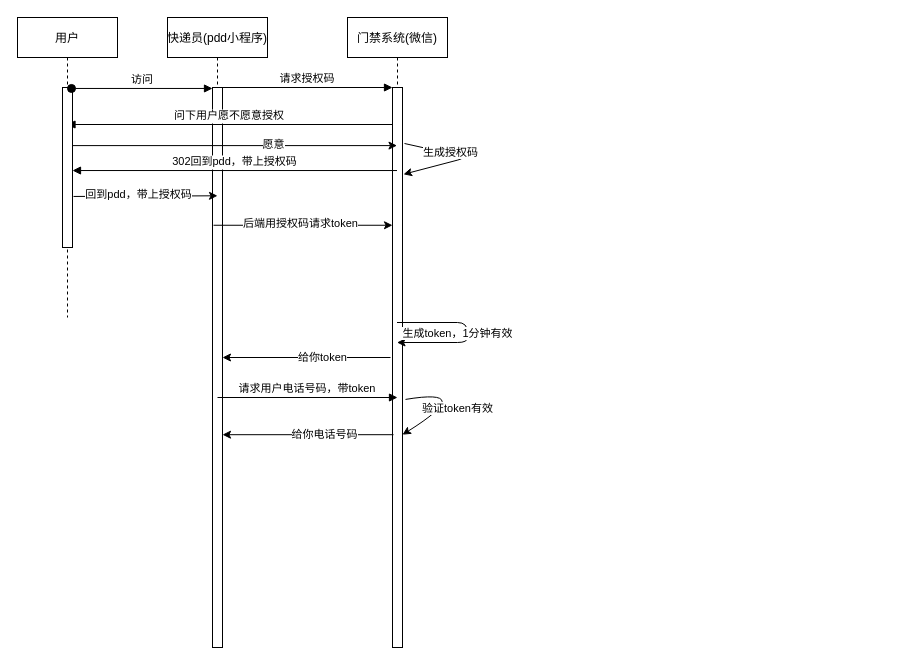
This is 未命名绘图.drawio from SteveWongBUAA/diagrams, a draw.io file, before an edit. Source tidied: cells renumbered, new cells numbered last; positions are measured from the earlier drawing's top-left corner, leaving out a move shared by most shapes. Both pictures are drawn from the tidied source at 100%, with x=0, y=0 at pixel (17, 17).
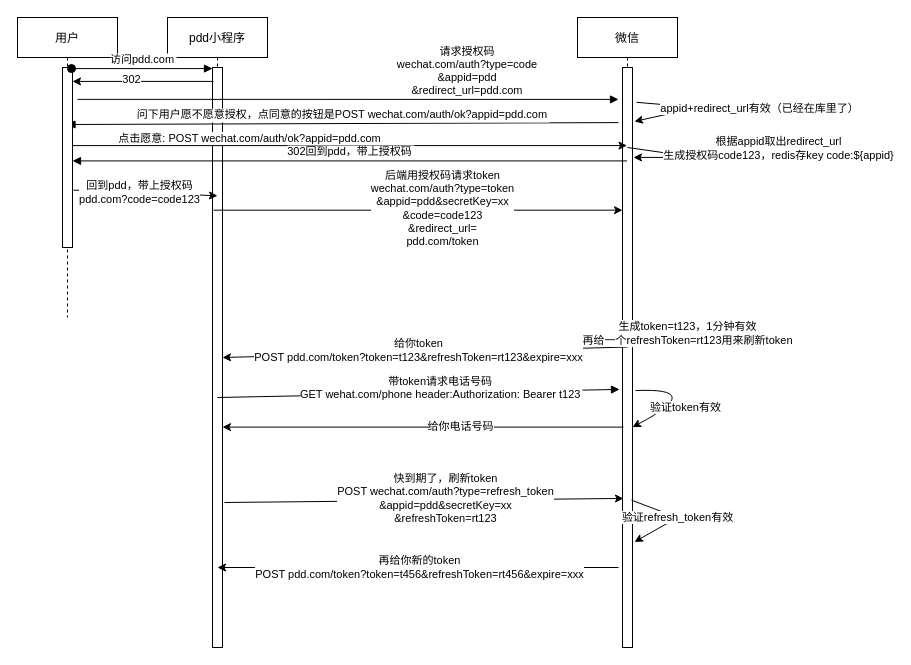
The same page after the edit.

The change refers to these unchanged cells:
```xml
<mxCell id="12" value="用户" style="shape=umlLifeline;perimeter=lifelinePerimeter;rounded=0;shadow=0;strokeWidth=1;" parent="1" vertex="1">
  <mxGeometry width="100" height="300" as="geometry" />
</mxCell>
<mxCell id="19" style="endArrow=classic;html=1;" parent="1" edge="1" source="4" target="4">
  <mxGeometry relative="1" as="geometry" />
</mxCell>
<mxCell id="25" style="endArrow=classic;html=1;exitX=1.1;exitY=0.681;exitDx=0;exitDy=0;exitPerimeter=0;entryX=0.5;entryY=0.283;entryDx=0;entryDy=0;entryPerimeter=0;" parent="1" edge="1" source="13" target="2">
  <mxGeometry relative="1" as="geometry" />
</mxCell>
<mxCell id="27" style="endArrow=classic;html=1;exitX=0.1;exitY=0.246;exitDx=0;exitDy=0;exitPerimeter=0;entryX=0;entryY=0.246;entryDx=0;entryDy=0;entryPerimeter=0;" parent="1" edge="1" source="3" target="5">
  <mxGeometry relative="1" as="geometry" />
</mxCell>
```

Change to the diagram source:
```diff
@@
-    <mxCell id="2" value="快递员(pdd小程序)" style="shape=umlLifeline;perimeter=lifelinePerimeter;rounded=0;shadow=0;strokeWidth=1;" parent="1" vertex="1">
+    <mxCell id="2" value="pdd小程序" style="shape=umlLifeline;perimeter=lifelinePerimeter;rounded=0;shadow=0;strokeWidth=1;" parent="1" vertex="1">
       <mxGeometry x="150" width="100" height="630" as="geometry" />
     </mxCell>
     <mxCell id="3" style="points=[];perimeter=orthogonalPerimeter;rounded=0;shadow=0;strokeWidth=1;" parent="2" vertex="1">
-      <mxGeometry x="45" y="70" width="10" height="560" as="geometry" />
+      <mxGeometry x="45" y="50" width="10" height="580" as="geometry" />
     </mxCell>
-    <mxCell id="4" value="门禁系统(微信)" style="shape=umlLifeline;perimeter=lifelinePerimeter;rounded=0;shadow=0;strokeWidth=1;" parent="1" vertex="1">
-      <mxGeometry x="330" width="100" height="630" as="geometry" />
+    <mxCell id="4" value="微信" style="shape=umlLifeline;perimeter=lifelinePerimeter;rounded=0;shadow=0;strokeWidth=1;" parent="1" vertex="1">
+      <mxGeometry x="560" width="100" height="630" as="geometry" />
     </mxCell>
     <mxCell id="5" style="points=[];perimeter=orthogonalPerimeter;rounded=0;shadow=0;strokeWidth=1;" parent="4" vertex="1">
-      <mxGeometry x="45" y="70" width="10" height="560" as="geometry" />
+      <mxGeometry x="45" y="50" width="10" height="580" as="geometry" />
     </mxCell>
@@
-    <mxCell id="8" style="endArrow=classic;html=1;exitX=1.2;exitY=0.1;exitDx=0;exitDy=0;exitPerimeter=0;entryX=1.1;entryY=0.155;entryDx=0;entryDy=0;entryPerimeter=0;" parent="4" edge="1" source="5" target="5">
+    <mxCell id="8" style="endArrow=classic;html=1;entryX=1.1;entryY=0.155;entryDx=0;entryDy=0;entryPerimeter=0;" parent="4" edge="1" target="5">
       <mxGeometry relative="1" as="geometry">
+        <mxPoint x="50" y="130" as="sourcePoint" />
         <Array as="points">
           <mxPoint x="120" y="140" />
         </Array>
       </mxGeometry>
     </mxCell>
-    <mxCell id="9" value="生成授权码" style="edgeLabel;html=1;align=center;verticalAlign=middle;" parent="8" vertex="1">
-      <mxGeometry x="-0.29" y="2" relative="1" as="geometry" />
+    <mxCell id="9" value="根据appid取出redirect_url&lt;br&gt;生成授权码code123，redis存key code:${appid}" style="edgeLabel;html=1;align=center;verticalAlign=middle;" parent="8" vertex="1">
+      <mxGeometry x="-0.29" y="2" relative="1" as="geometry">
+        <mxPoint x="102.2" y="-4.8" as="offset" />
+      </mxGeometry>
     </mxCell>
+    <mxCell id="29" value="验证refresh_token有效" style="endArrow=classic;html=1;exitX=0.9;exitY=0.746;exitDx=0;exitDy=0;exitPerimeter=0;entryX=1.2;entryY=0.818;entryDx=0;entryDy=0;entryPerimeter=0;elbow=horizontal;" parent="4" edge="1" source="5" target="5">
+      <mxGeometry relative="1" as="geometry">
+        <Array as="points">
+          <mxPoint x="100" y="500" />
+        </Array>
+      </mxGeometry>
+    </mxCell>
+    <mxCell id="30" style="endArrow=classic;html=1;exitX=1.4;exitY=0.06;exitDx=0;exitDy=0;exitPerimeter=0;entryX=1.2;entryY=0.093;entryDx=0;entryDy=0;entryPerimeter=0;" parent="4" edge="1" source="5" target="5">
+      <mxGeometry relative="1" as="geometry">
+        <Array as="points">
+          <mxPoint x="120" y="90" />
+        </Array>
+      </mxGeometry>
+    </mxCell>
+    <mxCell id="31" value="appid+redirect_url有效（已经在库里了）" style="edgeLabel;html=1;align=center;verticalAlign=middle;" parent="30" vertex="1">
+      <mxGeometry x="-0.29" y="1" relative="1" as="geometry">
+        <mxPoint x="77.1" y="2.5" as="offset" />
+      </mxGeometry>
+    </mxCell>
-    <mxCell id="10" value="请求授权码" style="verticalAlign=bottom;endArrow=block;entryX=0;entryY=0;shadow=0;strokeWidth=1;" parent="1" edge="1" source="3" target="5">
-      <mxGeometry relative="1" as="geometry" />
+    <mxCell id="10" value="请求授权码&#10;wechat.com/auth?type=code&#10;&amp;appid=pdd&#10;&amp;redirect_url=pdd.com" style="verticalAlign=bottom;endArrow=block;entryX=-0.4;entryY=0.055;shadow=0;strokeWidth=1;exitX=1.5;exitY=0.177;exitDx=0;exitDy=0;exitPerimeter=0;entryDx=0;entryDy=0;entryPerimeter=0;" parent="1" edge="1" source="13" target="5">
+      <mxGeometry x="0.44" relative="1" as="geometry" />
     </mxCell>
-    <mxCell id="11" value="问下用户愿不愿意授权" style="verticalAlign=bottom;endArrow=block;shadow=0;strokeWidth=1;" parent="1" edge="1">
+    <mxCell id="11" value="问下用户愿不愿意授权，点同意的按钮是POST wechat.com/auth/ok?appid=pdd.com" style="verticalAlign=bottom;endArrow=block;shadow=0;strokeWidth=1;exitX=-0.4;exitY=0.095;exitDx=0;exitDy=0;exitPerimeter=0;" parent="1" edge="1" source="5">
       <mxGeometry relative="1" as="geometry">
-        <mxPoint x="375" y="107" as="sourcePoint" />
         <mxPoint x="49.5" y="107" as="targetPoint" />
       </mxGeometry>
     </mxCell>
@@
     <mxCell id="13" style="points=[];perimeter=orthogonalPerimeter;rounded=0;shadow=0;strokeWidth=1;" parent="12" vertex="1">
-      <mxGeometry x="45" y="70" width="10" height="160" as="geometry" />
+      <mxGeometry x="45" y="50" width="10" height="180" as="geometry" />
     </mxCell>
-    <mxCell id="14" value="访问" style="verticalAlign=bottom;startArrow=oval;endArrow=block;startSize=8;shadow=0;strokeWidth=1;exitX=0.9;exitY=0.006;exitDx=0;exitDy=0;exitPerimeter=0;" parent="1" edge="1" source="13" target="3">
+    <mxCell id="14" value="访问pdd.com" style="verticalAlign=bottom;startArrow=oval;endArrow=block;startSize=8;shadow=0;strokeWidth=1;exitX=0.9;exitY=0.006;exitDx=0;exitDy=0;exitPerimeter=0;" parent="1" edge="1" source="13" target="3">
       <mxGeometry relative="1" as="geometry" />
     </mxCell>
-    <mxCell id="15" style="endArrow=classic;html=1;exitX=1;exitY=0.513;exitDx=0;exitDy=0;exitPerimeter=0;" parent="1" edge="1">
+    <mxCell id="15" style="endArrow=classic;html=1;exitX=1;exitY=0.513;exitDx=0;exitDy=0;exitPerimeter=0;" parent="1" edge="1" target="4">
       <mxGeometry relative="1" as="geometry">
         <mxPoint x="55" y="128.1" as="sourcePoint" />
-        <mxPoint x="379.5" y="128.1" as="targetPoint" />
       </mxGeometry>
     </mxCell>
-    <mxCell id="16" value="愿意" style="edgeLabel;html=1;align=center;verticalAlign=middle;" parent="15" vertex="1">
-      <mxGeometry x="0.23" y="2" relative="1" as="geometry" />
+    <mxCell id="16" value="点击愿意: POST wechat.com/auth/ok?appid=pdd.com" style="edgeLabel;html=1;align=center;verticalAlign=middle;" parent="15" vertex="1">
+      <mxGeometry x="0.23" y="2" relative="1" as="geometry">
+        <mxPoint x="-165" y="-6.1" as="offset" />
+      </mxGeometry>
     </mxCell>
-    <mxCell id="17" style="endArrow=classic;html=1;entryX=1;entryY=0.632;entryDx=0;entryDy=0;entryPerimeter=0;exitX=-0.2;exitY=0.688;exitDx=0;exitDy=0;exitPerimeter=0;" parent="1" edge="1">
+    <mxCell id="17" style="endArrow=classic;html=1;entryX=1;entryY=0.632;entryDx=0;entryDy=0;entryPerimeter=0;exitX=0.5;exitY=0.482;exitDx=0;exitDy=0;exitPerimeter=0;" parent="1" edge="1" source="5">
       <mxGeometry relative="1" as="geometry">
-        <mxPoint x="373" y="340" as="sourcePoint" />
         <mxPoint x="205" y="340" as="targetPoint" />
       </mxGeometry>
     </mxCell>
-    <mxCell id="18" value="给你token" style="edgeLabel;html=1;align=center;verticalAlign=middle;" parent="17" vertex="1">
-      <mxGeometry x="-0.18" y="-1" relative="1" as="geometry" />
+    <mxCell id="18" value="给你token&lt;br&gt;POST pdd.com/token?token=t123&amp;amp;refreshToken=rt123&amp;amp;expire=xxx" style="edgeLabel;html=1;align=center;verticalAlign=middle;" parent="17" vertex="1">
+      <mxGeometry x="-0.18" y="-1" relative="1" as="geometry">
+        <mxPoint x="-44" as="offset" />
+      </mxGeometry>
     </mxCell>
@@
-    <mxCell id="20" value="生成token，1分钟有效" style="edgeLabel;html=1;align=center;verticalAlign=middle;" parent="19" vertex="1">
+    <mxCell id="20" value="生成token=t123，1分钟有效&lt;br&gt;再给一个refreshToken=rt123用来刷新token" style="edgeLabel;html=1;align=center;verticalAlign=middle;" parent="19" vertex="1">
       <mxGeometry x="-0.14" y="-6" relative="1" as="geometry">
         <mxPoint x="-9.5" y="4" as="offset" />
       </mxGeometry>
     </mxCell>
-    <mxCell id="21" value="请求用户电话号码，带token" style="verticalAlign=bottom;endArrow=block;entryX=0;entryY=0;shadow=0;strokeWidth=1;" parent="1" edge="1">
-      <mxGeometry relative="1" as="geometry">
+    <mxCell id="21" value="带token请求电话号码&#10;GET wehat.com/phone header:Authorization: Bearer t123" style="verticalAlign=bottom;endArrow=block;entryX=-0.3;entryY=0.555;shadow=0;strokeWidth=1;entryDx=0;entryDy=0;entryPerimeter=0;" parent="1" edge="1" target="5">
+      <mxGeometry x="0.11" y="-10" relative="1" as="geometry">
         <mxPoint x="200" y="380" as="sourcePoint" />
-        <mxPoint x="380" y="380" as="targetPoint" />
       </mxGeometry>
     </mxCell>
@@
-    <mxCell id="26" value="回到pdd，带上授权码" style="edgeLabel;html=1;align=center;verticalAlign=middle;" parent="25" vertex="1">
+    <mxCell id="26" value="回到pdd，带上授权码&lt;br&gt;pdd.com?code=code123" style="edgeLabel;html=1;align=center;verticalAlign=middle;" parent="25" vertex="1">
       <mxGeometry x="0.23" y="2" relative="1" as="geometry">
         <mxPoint x="-24" as="offset" />
       </mxGeometry>
     </mxCell>
@@
-    <mxCell id="28" value="后端用授权码请求token" style="edgeLabel;html=1;align=center;verticalAlign=middle;" parent="27" vertex="1">
+    <mxCell id="28" value="后端用授权码请求token&lt;br&gt;wechat.com/auth?type=token&lt;br&gt;&amp;amp;appid=pdd&amp;amp;secretKey=xx&lt;br&gt;&amp;amp;code=code123&lt;br&gt;&amp;amp;redirect_url=&lt;br&gt;pdd.com/token" style="edgeLabel;html=1;align=center;verticalAlign=middle;" parent="27" vertex="1">
       <mxGeometry x="0.23" y="2" relative="1" as="geometry">
         <mxPoint x="-24" as="offset" />
       </mxGeometry>
     </mxCell>
+    <mxCell id="32" style="endArrow=classic;html=1;exitX=1.2;exitY=0.75;exitDx=0;exitDy=0;exitPerimeter=0;entryX=0.1;entryY=0.743;entryDx=0;entryDy=0;entryPerimeter=0;" parent="1" edge="1" source="3" target="5">
+      <mxGeometry relative="1" as="geometry" />
+    </mxCell>
+    <mxCell id="33" value="快到期了，刷新token&lt;br&gt;POST wechat.com/auth?type=refresh_token&lt;br&gt;&amp;amp;appid=pdd&amp;amp;secretKey=xx&lt;br&gt;&amp;amp;refreshToken=rt123" style="edgeLabel;html=1;align=center;verticalAlign=middle;" parent="32" vertex="1">
+      <mxGeometry x="0.23" y="2" relative="1" as="geometry">
+        <mxPoint x="-24" as="offset" />
+      </mxGeometry>
+    </mxCell>
+    <mxCell id="34" style="endArrow=classic;html=1;exitX=0.1;exitY=0.62;exitDx=0;exitDy=0;exitPerimeter=0;" parent="1" edge="1">
+      <mxGeometry relative="1" as="geometry">
+        <mxPoint x="601" y="550" as="sourcePoint" />
+        <mxPoint x="200" y="550" as="targetPoint" />
+      </mxGeometry>
+    </mxCell>
+    <mxCell id="35" value="再给你新的token&lt;br&gt;POST pdd.com/token?token=t456&amp;amp;refreshToken=rt456&amp;amp;expire=xxx" style="edgeLabel;html=1;align=center;verticalAlign=middle;" parent="34" vertex="1">
+      <mxGeometry x="-0.18" y="-1" relative="1" as="geometry">
+        <mxPoint x="-36" as="offset" />
+      </mxGeometry>
+    </mxCell>
+    <mxCell id="36" style="endArrow=classic;html=1;exitX=0.1;exitY=0.024;exitDx=0;exitDy=0;exitPerimeter=0;" parent="1" edge="1" source="3" target="13">
+      <mxGeometry relative="1" as="geometry" />
+    </mxCell>
+    <mxCell id="37" value="302" style="edgeLabel;html=1;align=center;verticalAlign=middle;" parent="36" vertex="1">
+      <mxGeometry x="0.18" y="-2" relative="1" as="geometry" />
+    </mxCell>
```
